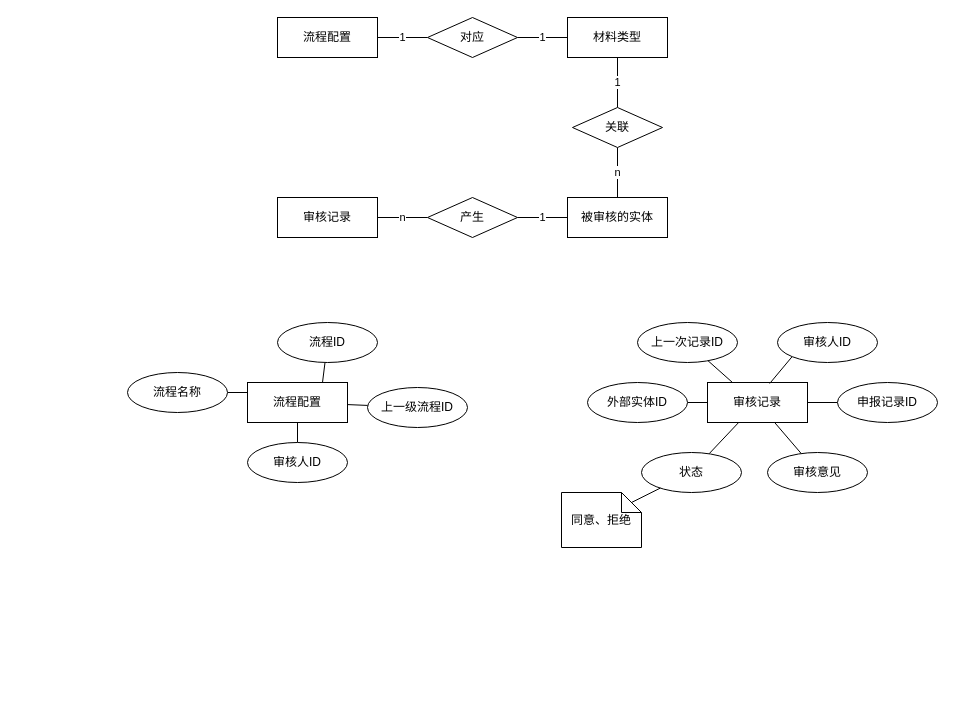
The draw.io diagram page "流程服务" (6 of 6) of 毕设管理系统/ER模型图.drawio in FdfGithub/drawio, before the edit. Source tidied: cells renumbered, new cells numbered last; positions are measured from the earlier drawing's top-left corner, leaving out a move shared by most shapes. Both pictures are drawn from the tidied source at 100%, with x=0, y=0 at pixel (127, 17).
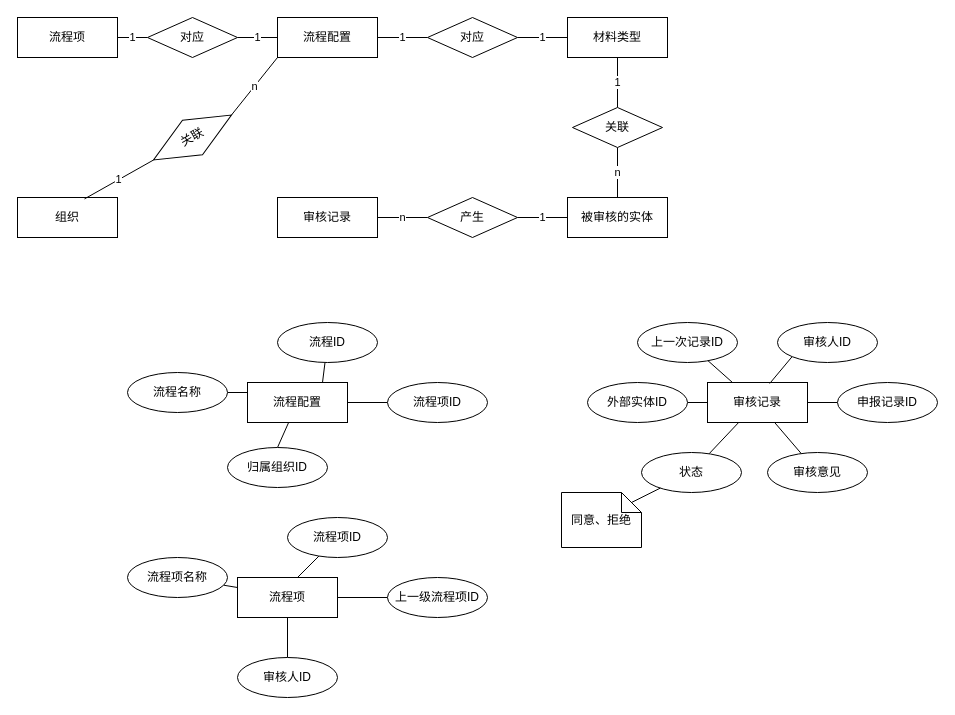
The same diagram, later.

Commit message:
更新ER模型图.drawio

The change refers to these unchanged cells:
```xml
<mxCell id="15" value="流程配置" style="whiteSpace=wrap;html=1;align=center;" parent="1" vertex="1">
  <mxGeometry x="120" y="365" width="100" height="40" as="geometry" />
</mxCell>
<mxCell id="28" value="流程配置" style="whiteSpace=wrap;html=1;align=center;" parent="1" vertex="1">
  <mxGeometry x="150" width="100" height="40" as="geometry" />
</mxCell>
```

Change to the diagram source:
```diff
@@
-    <mxCell id="14" style="edgeStyle=none;rounded=0;jettySize=auto;html=1;endArrow=none;endFill=0;" parent="1" edge="1" source="15" target="20">
+    <mxCell id="14" style="edgeStyle=none;rounded=0;jettySize=auto;html=1;endArrow=none;endFill=0;" parent="1" edge="1" source="15" target="44">
       <mxGeometry relative="1" as="geometry" />
     </mxCell>
+    <mxCell id="39" style="edgeStyle=none;rounded=0;jettySize=auto;html=1;entryX=0.5;entryY=0;entryDx=0;entryDy=0;endArrow=none;endFill=0;" parent="1" edge="1" source="15" target="49">
+      <mxGeometry relative="1" as="geometry" />
+    </mxCell>
@@
-    <mxCell id="20" value="上一级流程ID" style="ellipse;whiteSpace=wrap;html=1;align=center;" parent="1" vertex="1">
-      <mxGeometry x="240" y="370" width="100" height="40" as="geometry" />
-    </mxCell>
-    <mxCell id="21" style="rounded=0;jettySize=auto;html=1;entryX=0.5;entryY=1;entryDx=0;entryDy=0;endArrow=none;endFill=0;" parent="1" edge="1" source="22" target="15">
-      <mxGeometry relative="1" as="geometry" />
-    </mxCell>
-    <mxCell id="22" value="审核人ID" style="ellipse;whiteSpace=wrap;html=1;align=center;" parent="1" vertex="1">
-      <mxGeometry x="120" y="425" width="100" height="40" as="geometry" />
-    </mxCell>
@@
+    <mxCell id="40" style="edgeStyle=none;rounded=0;jettySize=auto;html=1;endArrow=none;endFill=0;" parent="1" edge="1" source="41" target="22">
+      <mxGeometry relative="1" as="geometry" />
+    </mxCell>
+    <mxCell id="41" value="流程项" style="whiteSpace=wrap;html=1;align=center;" parent="1" vertex="1">
+      <mxGeometry x="110" y="560" width="100" height="40" as="geometry" />
+    </mxCell>
+    <mxCell id="42" style="rounded=0;jettySize=auto;html=1;entryX=1;entryY=0.5;entryDx=0;entryDy=0;endArrow=none;endFill=0;" parent="1" edge="1" source="43" target="41">
+      <mxGeometry relative="1" as="geometry" />
+    </mxCell>
+    <mxCell id="43" value="上一级流程项ID" style="ellipse;whiteSpace=wrap;html=1;align=center;" parent="1" vertex="1">
+      <mxGeometry x="260" y="560" width="100" height="40" as="geometry" />
+    </mxCell>
+    <mxCell id="44" value="流程项ID" style="ellipse;whiteSpace=wrap;html=1;align=center;" parent="1" vertex="1">
+      <mxGeometry x="260" y="365" width="100" height="40" as="geometry" />
+    </mxCell>
+    <mxCell id="45" style="edgeStyle=none;rounded=0;jettySize=auto;html=1;entryX=0.602;entryY=-0.005;entryDx=0;entryDy=0;entryPerimeter=0;endArrow=none;endFill=0;" parent="1" edge="1" source="46" target="41">
+      <mxGeometry relative="1" as="geometry" />
+    </mxCell>
+    <mxCell id="46" value="流程项ID" style="ellipse;whiteSpace=wrap;html=1;align=center;" parent="1" vertex="1">
+      <mxGeometry x="160" y="500" width="100" height="40" as="geometry" />
+    </mxCell>
+    <mxCell id="22" value="审核人ID" style="ellipse;whiteSpace=wrap;html=1;align=center;" parent="1" vertex="1">
+      <mxGeometry x="110" y="640" width="100" height="40" as="geometry" />
+    </mxCell>
+    <mxCell id="47" style="edgeStyle=none;rounded=0;jettySize=auto;html=1;entryX=0;entryY=0.25;entryDx=0;entryDy=0;endArrow=none;endFill=0;" parent="1" edge="1" source="48" target="41">
+      <mxGeometry relative="1" as="geometry" />
+    </mxCell>
+    <mxCell id="48" value="流程项名称" style="ellipse;whiteSpace=wrap;html=1;align=center;" parent="1" vertex="1">
+      <mxGeometry y="540" width="100" height="40" as="geometry" />
+    </mxCell>
+    <mxCell id="49" value="归属组织ID" style="ellipse;whiteSpace=wrap;html=1;align=center;" parent="1" vertex="1">
+      <mxGeometry x="100" y="430" width="100" height="40" as="geometry" />
+    </mxCell>
+    <mxCell id="50" value="n" style="edgeStyle=none;rounded=0;jettySize=auto;html=1;entryX=1;entryY=0.5;entryDx=0;entryDy=0;endArrow=none;endFill=0;exitX=0;exitY=1;exitDx=0;exitDy=0;" parent="1" edge="1" source="28" target="54">
+      <mxGeometry relative="1" as="geometry" />
+    </mxCell>
+    <mxCell id="51" value="流程项" style="whiteSpace=wrap;html=1;align=center;" parent="1" vertex="1">
+      <mxGeometry x="-110" width="100" height="40" as="geometry" />
+    </mxCell>
+    <mxCell id="52" value="组织" style="whiteSpace=wrap;html=1;align=center;" parent="1" vertex="1">
+      <mxGeometry x="-110" y="180" width="100" height="40" as="geometry" />
+    </mxCell>
+    <mxCell id="53" value="1" style="edgeStyle=none;rounded=0;jettySize=auto;html=1;entryX=0.67;entryY=0.035;entryDx=0;entryDy=0;endArrow=none;endFill=0;exitX=0;exitY=0.5;exitDx=0;exitDy=0;entryPerimeter=0;" parent="1" edge="1" source="54" target="52">
+      <mxGeometry relative="1" as="geometry" />
+    </mxCell>
+    <mxCell id="54" value="关联" style="shape=rhombus;perimeter=rhombusPerimeter;whiteSpace=wrap;html=1;align=center;rotation=-30;" parent="1" vertex="1">
+      <mxGeometry x="20" y="100" width="90" height="40" as="geometry" />
+    </mxCell>
+    <mxCell id="55" value="1" style="edgeStyle=none;rounded=0;jettySize=auto;html=1;entryX=0;entryY=0.5;entryDx=0;entryDy=0;endArrow=none;endFill=0;" parent="1" edge="1" source="57" target="28">
+      <mxGeometry relative="1" as="geometry" />
+    </mxCell>
+    <mxCell id="56" value="1" style="edgeStyle=none;rounded=0;jettySize=auto;html=1;endArrow=none;endFill=0;" parent="1" edge="1" source="57" target="51">
+      <mxGeometry relative="1" as="geometry" />
+    </mxCell>
+    <mxCell id="57" value="对应" style="shape=rhombus;perimeter=rhombusPerimeter;whiteSpace=wrap;html=1;align=center;" parent="1" vertex="1">
+      <mxGeometry x="20" width="90" height="40" as="geometry" />
+    </mxCell>
```
